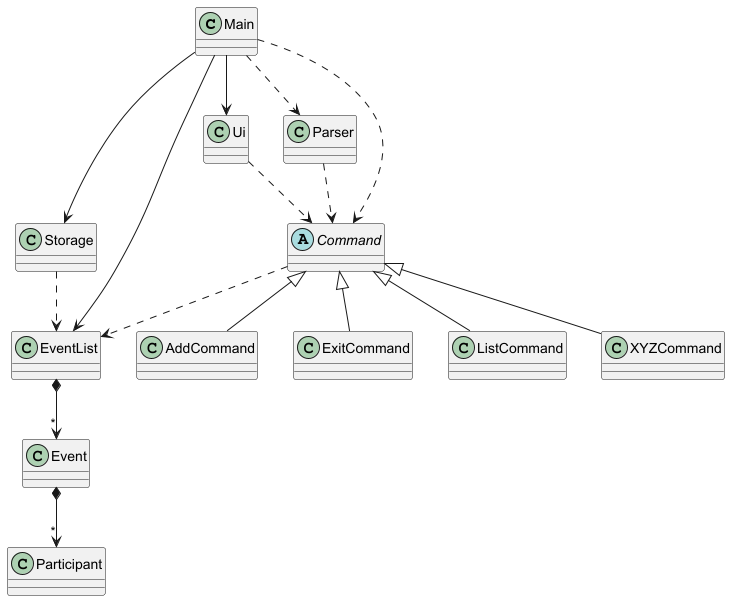
nus-cs2113-AY2425S1/tp keeps this PlantUML diagram as docs/images/ArchitectureDiagram.png. Above is the earlier version.
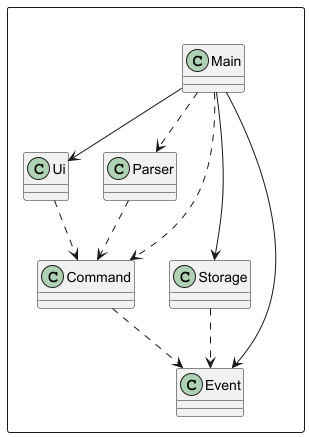
After the change.

Commit message:
Update architecture diagram and add style.puml

What changed in the source:
```diff
@@ -1,44 +1,26 @@
 @startuml
 
-class Main {
+Package " " <<Rectangle>>{
+    class Main
+    class Ui
+    class Parser
+    class Storage
+    class Command
+    class Event
 }
 
 Main --> Ui
 Main --> Storage
-Main --> EventList
+Main --> Event
 Main ..> Parser
 Main ..> Command
 
-class Ui {
-}
-
 Ui ..> Command
-
-class Parser {
-}
 
 Parser ..> Command
 
-class Storage {
-}
+Storage ..> Event
 
-Storage ..> EventList
-
-abstract class Command {
-}
-
-Command <|-- AddCommand
-Command <|-- ExitCommand
-Command <|-- ListCommand
-Command <|-- XYZCommand
-
-Command ..> EventList
-
-class EventList {
-}
-
-EventList *--> "*" Event
-
-Event *--> "*" Participant
+Command ..> Event
 
 @enduml
```
